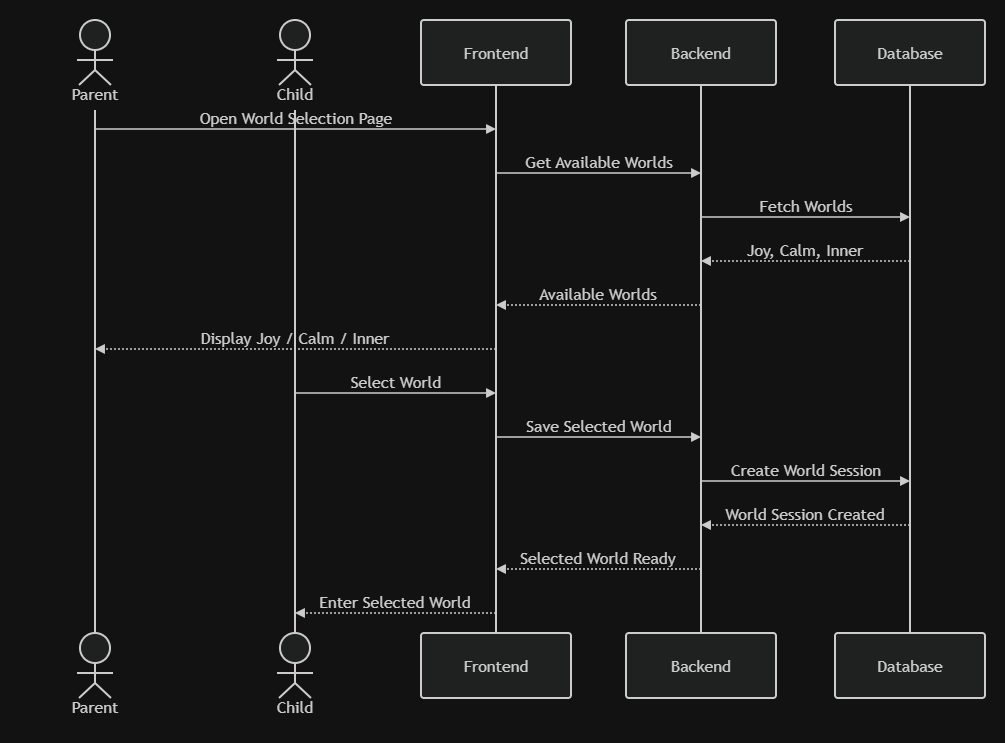
Above: docs/requirements/SequenceDiagram/SequenceDiagram_SelectWorld_MVP_v1.0.png in khodadadipoone-boop/-Maniarverse- (draw.io), before the change. Source tidied: cells renumbered, new cells last; positions are measured from the earlier drawing's top-left corner, leaving out a move shared by most shapes.
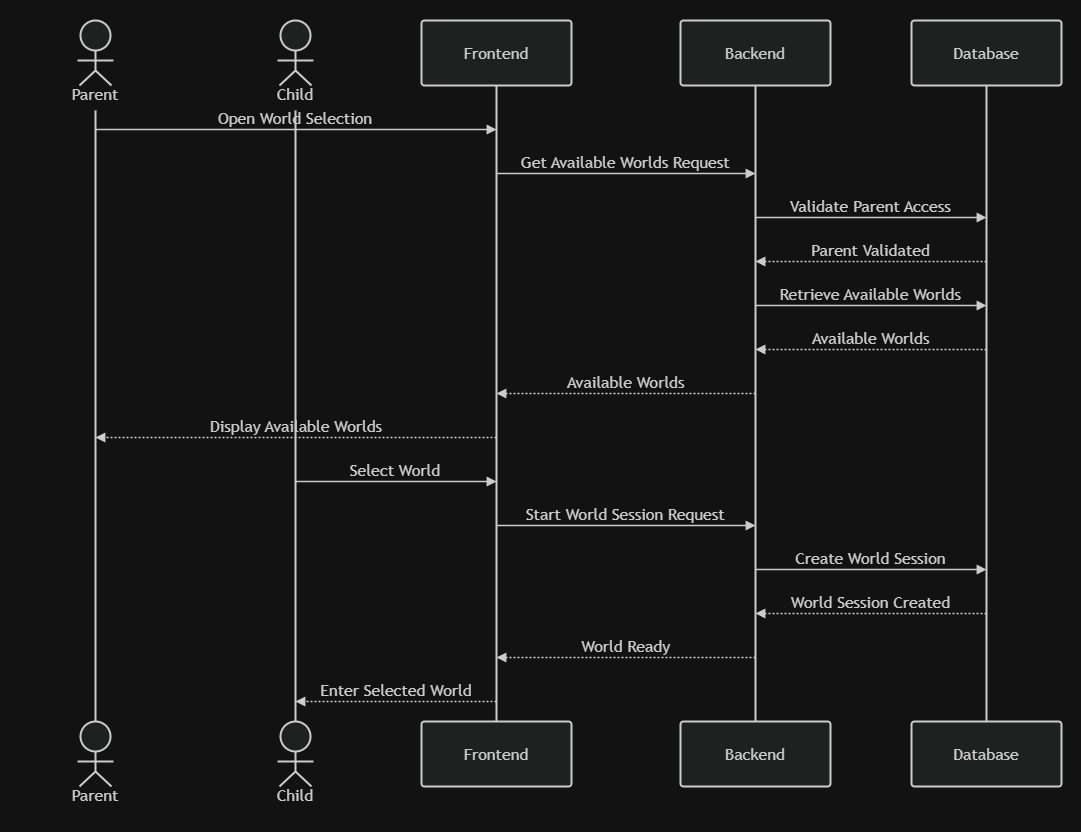
Later version of the same file.

Commit message:
add parent access validation to select world sequence diagram

The edit, as a diff of the source:
```diff
@@ -6,140 +6,158 @@
       <mxGeometry as="geometry" />
     </mxCell>
     <mxCell id="3" value="Parent" style="html=1;shape=umlLifeline;perimeter=lifelinePerimeter;whiteSpace=wrap;newEdgeStyle={&quot;edgeStyle&quot;:&quot;elbowEdgeStyle&quot;,&quot;elbow&quot;:&quot;vertical&quot;,&quot;curved&quot;:0,&quot;rounded&quot;:0};lifelineDashed=0;strokeWidth=2;rounded=1;absoluteArcSize=1;arcSize=6;lifelineColor=light-dark(#9370DB,#cccccc);participant=seqActorStick;verticalAlign=bottom;align=center;spacingBottom=4;size=90;fillColor=light-dark(#ECECFF,#1f2020);strokeColor=light-dark(#9370DB,#cccccc);fontColor=light-dark(#333333,#cccccc);fontFamily=Trebuchet MS,Verdana,Arial,sans-serif;fontSize=16;" parent="2" vertex="1">
-      <mxGeometry x="40" y="180" width="150" height="613" as="geometry" />
+      <mxGeometry x="40" y="150" width="150" height="701" as="geometry" />
     </mxCell>
     <mxCell id="4" value="Parent" style="html=1;shape=umlLifeline;perimeter=lifelinePerimeter;whiteSpace=wrap;lifelineDashed=0;strokeWidth=2;rounded=1;absoluteArcSize=1;arcSize=6;lifelineColor=light-dark(#9370DB,#cccccc);size=90;participant=seqActorStick;verticalAlign=bottom;align=center;spacingBottom=4;fillColor=light-dark(#ECECFF,#1f2020);strokeColor=light-dark(#9370DB,#cccccc);fontColor=light-dark(#333333,#cccccc);fontFamily=Trebuchet MS,Verdana,Arial,sans-serif;fontSize=16;" parent="2" vertex="1">
-      <mxGeometry x="40" y="793" width="150" height="90" as="geometry" />
+      <mxGeometry x="40" y="851" width="150" height="90" as="geometry" />
     </mxCell>
     <mxCell id="5" value="Child" style="html=1;shape=umlLifeline;perimeter=lifelinePerimeter;whiteSpace=wrap;newEdgeStyle={&quot;edgeStyle&quot;:&quot;elbowEdgeStyle&quot;,&quot;elbow&quot;:&quot;vertical&quot;,&quot;curved&quot;:0,&quot;rounded&quot;:0};lifelineDashed=0;strokeWidth=2;rounded=1;absoluteArcSize=1;arcSize=6;lifelineColor=light-dark(#9370DB,#cccccc);participant=seqActorStick;verticalAlign=bottom;align=center;spacingBottom=4;size=90;fillColor=light-dark(#ECECFF,#1f2020);strokeColor=light-dark(#9370DB,#cccccc);fontColor=light-dark(#333333,#cccccc);fontFamily=Trebuchet MS,Verdana,Arial,sans-serif;fontSize=16;" parent="2" vertex="1">
-      <mxGeometry x="240" y="180" width="150" height="613" as="geometry" />
+      <mxGeometry x="240" y="150" width="150" height="701" as="geometry" />
     </mxCell>
     <mxCell id="6" value="Child" style="html=1;shape=umlLifeline;perimeter=lifelinePerimeter;whiteSpace=wrap;lifelineDashed=0;strokeWidth=2;rounded=1;absoluteArcSize=1;arcSize=6;lifelineColor=light-dark(#9370DB,#cccccc);size=90;participant=seqActorStick;verticalAlign=bottom;align=center;spacingBottom=4;fillColor=light-dark(#ECECFF,#1f2020);strokeColor=light-dark(#9370DB,#cccccc);fontColor=light-dark(#333333,#cccccc);fontFamily=Trebuchet MS,Verdana,Arial,sans-serif;fontSize=16;" parent="2" vertex="1">
-      <mxGeometry x="240" y="793" width="150" height="90" as="geometry" />
+      <mxGeometry x="240" y="851" width="150" height="90" as="geometry" />
     </mxCell>
     <mxCell id="7" value="Frontend" style="html=1;shape=umlLifeline;perimeter=lifelinePerimeter;whiteSpace=wrap;newEdgeStyle={&quot;edgeStyle&quot;:&quot;elbowEdgeStyle&quot;,&quot;elbow&quot;:&quot;vertical&quot;,&quot;curved&quot;:0,&quot;rounded&quot;:0};lifelineDashed=0;strokeWidth=2;rounded=1;absoluteArcSize=1;arcSize=6;lifelineColor=light-dark(#9370DB,#cccccc);size=65;fillColor=light-dark(#ECECFF,#1f2020);strokeColor=light-dark(#9370DB,#cccccc);fontColor=light-dark(#333333,#cccccc);fontFamily=Trebuchet MS,Verdana,Arial,sans-serif;fontSize=16;" parent="2" vertex="1">
-      <mxGeometry x="441" y="180" width="150" height="613" as="geometry" />
+      <mxGeometry x="441" y="150" width="150" height="701" as="geometry" />
     </mxCell>
     <mxCell id="8" value="Frontend" style="html=1;rounded=1;absoluteArcSize=1;arcSize=6;verticalAlign=middle;align=center;strokeWidth=2;whiteSpace=wrap;fillColor=light-dark(#ECECFF,#1f2020);strokeColor=light-dark(#9370DB,#cccccc);fontColor=light-dark(#333333,#cccccc);fontFamily=Trebuchet MS,Verdana,Arial,sans-serif;fontSize=16;" parent="2" vertex="1">
-      <mxGeometry x="441" y="793" width="150" height="65" as="geometry" />
+      <mxGeometry x="441" y="851" width="150" height="65" as="geometry" />
     </mxCell>
     <mxCell id="9" value="Backend" style="html=1;shape=umlLifeline;perimeter=lifelinePerimeter;whiteSpace=wrap;newEdgeStyle={&quot;edgeStyle&quot;:&quot;elbowEdgeStyle&quot;,&quot;elbow&quot;:&quot;vertical&quot;,&quot;curved&quot;:0,&quot;rounded&quot;:0};lifelineDashed=0;strokeWidth=2;rounded=1;absoluteArcSize=1;arcSize=6;lifelineColor=light-dark(#9370DB,#cccccc);size=65;fillColor=light-dark(#ECECFF,#1f2020);strokeColor=light-dark(#9370DB,#cccccc);fontColor=light-dark(#333333,#cccccc);fontFamily=Trebuchet MS,Verdana,Arial,sans-serif;fontSize=16;" parent="2" vertex="1">
-      <mxGeometry x="646" y="180" width="150" height="613" as="geometry" />
+      <mxGeometry x="700" y="150" width="150" height="701" as="geometry" />
     </mxCell>
     <mxCell id="10" value="Backend" style="html=1;rounded=1;absoluteArcSize=1;arcSize=6;verticalAlign=middle;align=center;strokeWidth=2;whiteSpace=wrap;fillColor=light-dark(#ECECFF,#1f2020);strokeColor=light-dark(#9370DB,#cccccc);fontColor=light-dark(#333333,#cccccc);fontFamily=Trebuchet MS,Verdana,Arial,sans-serif;fontSize=16;" parent="2" vertex="1">
-      <mxGeometry x="646" y="793" width="150" height="65" as="geometry" />
+      <mxGeometry x="700" y="851" width="150" height="65" as="geometry" />
     </mxCell>
     <mxCell id="11" value="Database" style="html=1;shape=umlLifeline;perimeter=lifelinePerimeter;whiteSpace=wrap;newEdgeStyle={&quot;edgeStyle&quot;:&quot;elbowEdgeStyle&quot;,&quot;elbow&quot;:&quot;vertical&quot;,&quot;curved&quot;:0,&quot;rounded&quot;:0};lifelineDashed=0;strokeWidth=2;rounded=1;absoluteArcSize=1;arcSize=6;lifelineColor=light-dark(#9370DB,#cccccc);size=65;fillColor=light-dark(#ECECFF,#1f2020);strokeColor=light-dark(#9370DB,#cccccc);fontColor=light-dark(#333333,#cccccc);fontFamily=Trebuchet MS,Verdana,Arial,sans-serif;fontSize=16;" parent="2" vertex="1">
-      <mxGeometry x="855" y="180" width="150" height="613" as="geometry" />
+      <mxGeometry x="931" y="150" width="150" height="701" as="geometry" />
     </mxCell>
     <mxCell id="12" value="Database" style="html=1;rounded=1;absoluteArcSize=1;arcSize=6;verticalAlign=middle;align=center;strokeWidth=2;whiteSpace=wrap;fillColor=light-dark(#ECECFF,#1f2020);strokeColor=light-dark(#9370DB,#cccccc);fontColor=light-dark(#333333,#cccccc);fontFamily=Trebuchet MS,Verdana,Arial,sans-serif;fontSize=16;" parent="2" vertex="1">
-      <mxGeometry x="855" y="793" width="150" height="65" as="geometry" />
+      <mxGeometry x="931" y="851" width="150" height="65" as="geometry" />
     </mxCell>
-    <mxCell id="13" value="Open World Selection Page" style="endArrow=block;verticalAlign=bottom;edgeStyle=elbowEdgeStyle;elbow=vertical;curved=0;rounded=0;fontSize=16;labelBackgroundColor=none;strokeWidth=1.5;strokeColor=light-dark(#333333,#cccccc);fontColor=light-dark(#333333,#cccccc);fontFamily=Trebuchet MS,Verdana,Arial,sans-serif;" parent="2" edge="1">
-      <mxGeometry relative="1" as="geometry">
-        <mxPoint x="115" y="289" as="sourcePoint" />
-        <mxPoint x="516" y="289" as="targetPoint" />
-        <Array as="points">
-          <mxPoint x="316" y="289" />
-        </Array>
-      </mxGeometry>
-    </mxCell>
-    <mxCell id="14" value="Get Available Worlds" style="endArrow=block;verticalAlign=bottom;edgeStyle=elbowEdgeStyle;elbow=vertical;curved=0;rounded=0;fontSize=16;labelBackgroundColor=none;strokeWidth=1.5;strokeColor=light-dark(#333333,#cccccc);fontColor=light-dark(#333333,#cccccc);fontFamily=Trebuchet MS,Verdana,Arial,sans-serif;" parent="2" edge="1">
-      <mxGeometry relative="1" as="geometry">
-        <mxPoint x="516" y="333" as="sourcePoint" />
-        <mxPoint x="721" y="333" as="targetPoint" />
-        <Array as="points">
-          <mxPoint x="619" y="333" />
-        </Array>
-      </mxGeometry>
-    </mxCell>
-    <mxCell id="15" value="Fetch Worlds" style="endArrow=block;verticalAlign=bottom;edgeStyle=elbowEdgeStyle;elbow=vertical;curved=0;rounded=0;fontSize=16;labelBackgroundColor=none;strokeWidth=1.5;strokeColor=light-dark(#333333,#cccccc);fontColor=light-dark(#333333,#cccccc);fontFamily=Trebuchet MS,Verdana,Arial,sans-serif;" parent="2" edge="1">
-      <mxGeometry relative="1" as="geometry">
-        <mxPoint x="721" y="377" as="sourcePoint" />
-        <mxPoint x="930" y="377" as="targetPoint" />
-        <Array as="points">
-          <mxPoint x="826" y="377" />
-        </Array>
-      </mxGeometry>
-    </mxCell>
-    <mxCell id="16" value="Joy, Calm, Inner" style="dashed=1;fixDash=1;dashPattern=2 2;endArrow=block;verticalAlign=bottom;edgeStyle=elbowEdgeStyle;elbow=vertical;curved=0;rounded=0;fontSize=16;labelBackgroundColor=none;strokeWidth=1.5;strokeColor=light-dark(#333333,#cccccc);fontColor=light-dark(#333333,#cccccc);fontFamily=Trebuchet MS,Verdana,Arial,sans-serif;" parent="2" edge="1">
-      <mxGeometry relative="1" as="geometry">
-        <mxPoint x="930" y="421" as="sourcePoint" />
-        <mxPoint x="721" y="421" as="targetPoint" />
-        <Array as="points">
-          <mxPoint x="826" y="421" />
-        </Array>
-      </mxGeometry>
-    </mxCell>
-    <mxCell id="17" value="Available Worlds" style="dashed=1;fixDash=1;dashPattern=2 2;endArrow=block;verticalAlign=bottom;edgeStyle=elbowEdgeStyle;elbow=vertical;curved=0;rounded=0;fontSize=16;labelBackgroundColor=none;strokeWidth=1.5;strokeColor=light-dark(#333333,#cccccc);fontColor=light-dark(#333333,#cccccc);fontFamily=Trebuchet MS,Verdana,Arial,sans-serif;" parent="2" edge="1">
-      <mxGeometry relative="1" as="geometry">
-        <mxPoint x="721" y="465" as="sourcePoint" />
-        <mxPoint x="516" y="465" as="targetPoint" />
-        <Array as="points">
-          <mxPoint x="619" y="465" />
-        </Array>
-      </mxGeometry>
-    </mxCell>
-    <mxCell id="18" value="Display Joy / Calm / Inner" style="dashed=1;fixDash=1;dashPattern=2 2;endArrow=block;verticalAlign=bottom;edgeStyle=elbowEdgeStyle;elbow=vertical;curved=0;rounded=0;fontSize=16;labelBackgroundColor=none;strokeWidth=1.5;strokeColor=light-dark(#333333,#cccccc);fontColor=light-dark(#333333,#cccccc);fontFamily=Trebuchet MS,Verdana,Arial,sans-serif;" parent="2" edge="1">
-      <mxGeometry relative="1" as="geometry">
-        <mxPoint x="516" y="509" as="sourcePoint" />
-        <mxPoint x="115" y="509" as="targetPoint" />
-        <Array as="points">
-          <mxPoint x="316" y="509" />
-        </Array>
-      </mxGeometry>
-    </mxCell>
+    <mxCell id="25" value="Open World Selection" style="endArrow=block;verticalAlign=bottom;edgeStyle=elbowEdgeStyle;elbow=vertical;curved=0;rounded=0;fontSize=16;labelBackgroundColor=none;strokeWidth=1.5;strokeColor=light-dark(#333333,#cccccc);fontColor=light-dark(#333333,#cccccc);fontFamily=Trebuchet MS,Verdana,Arial,sans-serif;" parent="2" edge="1">
+      <mxGeometry relative="1" as="geometry">
+        <mxPoint x="115" y="259" as="sourcePoint" />
+        <mxPoint x="516" y="259" as="targetPoint" />
+        <Array as="points">
+          <mxPoint x="316" y="259" />
+        </Array>
+      </mxGeometry>
+    </mxCell>
+    <mxCell id="26" value="Get Available Worlds Request" style="endArrow=block;verticalAlign=bottom;edgeStyle=elbowEdgeStyle;elbow=vertical;curved=0;rounded=0;fontSize=16;labelBackgroundColor=none;strokeWidth=1.5;strokeColor=light-dark(#333333,#cccccc);fontColor=light-dark(#333333,#cccccc);fontFamily=Trebuchet MS,Verdana,Arial,sans-serif;" parent="2" edge="1">
+      <mxGeometry relative="1" as="geometry">
+        <mxPoint x="516" y="303" as="sourcePoint" />
+        <mxPoint x="775" y="303" as="targetPoint" />
+        <Array as="points">
+          <mxPoint x="646" y="303" />
+        </Array>
+      </mxGeometry>
+    </mxCell>
+    <mxCell id="27" value="Validate Parent Access" style="endArrow=block;verticalAlign=bottom;edgeStyle=elbowEdgeStyle;elbow=vertical;curved=0;rounded=0;fontSize=16;labelBackgroundColor=none;strokeWidth=1.5;strokeColor=light-dark(#333333,#cccccc);fontColor=light-dark(#333333,#cccccc);fontFamily=Trebuchet MS,Verdana,Arial,sans-serif;" parent="2" edge="1">
+      <mxGeometry relative="1" as="geometry">
+        <mxPoint x="775" y="347" as="sourcePoint" />
+        <mxPoint x="1006" y="347" as="targetPoint" />
+        <Array as="points">
+          <mxPoint x="891" y="347" />
+        </Array>
+      </mxGeometry>
+    </mxCell>
+    <mxCell id="28" value="Parent Validated" style="dashed=1;fixDash=1;dashPattern=2 2;endArrow=block;verticalAlign=bottom;edgeStyle=elbowEdgeStyle;elbow=vertical;curved=0;rounded=0;fontSize=16;labelBackgroundColor=none;strokeWidth=1.5;strokeColor=light-dark(#333333,#cccccc);fontColor=light-dark(#333333,#cccccc);fontFamily=Trebuchet MS,Verdana,Arial,sans-serif;" parent="2" edge="1">
+      <mxGeometry relative="1" as="geometry">
+        <mxPoint x="1006" y="391" as="sourcePoint" />
+        <mxPoint x="775" y="391" as="targetPoint" />
+        <Array as="points">
+          <mxPoint x="891" y="391" />
+        </Array>
+      </mxGeometry>
+    </mxCell>
+    <mxCell id="29" value="Retrieve Available Worlds" style="endArrow=block;verticalAlign=bottom;edgeStyle=elbowEdgeStyle;elbow=vertical;curved=0;rounded=0;fontSize=16;labelBackgroundColor=none;strokeWidth=1.5;strokeColor=light-dark(#333333,#cccccc);fontColor=light-dark(#333333,#cccccc);fontFamily=Trebuchet MS,Verdana,Arial,sans-serif;" parent="2" edge="1">
+      <mxGeometry relative="1" as="geometry">
+        <mxPoint x="775" y="435" as="sourcePoint" />
+        <mxPoint x="1006" y="435" as="targetPoint" />
+        <Array as="points">
+          <mxPoint x="891" y="435" />
+        </Array>
+      </mxGeometry>
+    </mxCell>
+    <mxCell id="30" value="Available Worlds" style="dashed=1;fixDash=1;dashPattern=2 2;endArrow=block;verticalAlign=bottom;edgeStyle=elbowEdgeStyle;elbow=vertical;curved=0;rounded=0;fontSize=16;labelBackgroundColor=none;strokeWidth=1.5;strokeColor=light-dark(#333333,#cccccc);fontColor=light-dark(#333333,#cccccc);fontFamily=Trebuchet MS,Verdana,Arial,sans-serif;" parent="2" edge="1">
+      <mxGeometry relative="1" as="geometry">
+        <mxPoint x="1006" y="479" as="sourcePoint" />
+        <mxPoint x="775" y="479" as="targetPoint" />
+        <Array as="points">
+          <mxPoint x="891" y="479" />
+        </Array>
+      </mxGeometry>
+    </mxCell>
+    <mxCell id="31" value="Available Worlds" style="dashed=1;fixDash=1;dashPattern=2 2;endArrow=block;verticalAlign=bottom;edgeStyle=elbowEdgeStyle;elbow=vertical;curved=0;rounded=0;fontSize=16;labelBackgroundColor=none;strokeWidth=1.5;strokeColor=light-dark(#333333,#cccccc);fontColor=light-dark(#333333,#cccccc);fontFamily=Trebuchet MS,Verdana,Arial,sans-serif;" parent="2" edge="1">
+      <mxGeometry relative="1" as="geometry">
+        <mxPoint x="775" y="523" as="sourcePoint" />
+        <mxPoint x="516" y="523" as="targetPoint" />
+        <Array as="points">
+          <mxPoint x="646" y="523" />
+        </Array>
+      </mxGeometry>
+    </mxCell>
+    <mxCell id="32" value="Display Available Worlds" style="dashed=1;fixDash=1;dashPattern=2 2;endArrow=block;verticalAlign=bottom;edgeStyle=elbowEdgeStyle;elbow=vertical;curved=0;rounded=0;fontSize=16;labelBackgroundColor=none;strokeWidth=1.5;strokeColor=light-dark(#333333,#cccccc);fontColor=light-dark(#333333,#cccccc);fontFamily=Trebuchet MS,Verdana,Arial,sans-serif;" parent="2" edge="1">
+      <mxGeometry relative="1" as="geometry">
+        <mxPoint x="516" y="567" as="sourcePoint" />
+        <mxPoint x="115" y="567" as="targetPoint" />
+        <Array as="points">
+          <mxPoint x="316" y="567" />
+        </Array>
+      </mxGeometry>
+    </mxCell>
     <mxCell id="19" value="Select World" style="endArrow=block;verticalAlign=bottom;edgeStyle=elbowEdgeStyle;elbow=vertical;curved=0;rounded=0;fontSize=16;labelBackgroundColor=none;strokeWidth=1.5;strokeColor=light-dark(#333333,#cccccc);fontColor=light-dark(#333333,#cccccc);fontFamily=Trebuchet MS,Verdana,Arial,sans-serif;" parent="2" edge="1">
       <mxGeometry relative="1" as="geometry">
-        <mxPoint x="315" y="553" as="sourcePoint" />
-        <mxPoint x="516" y="553" as="targetPoint" />
+        <mxPoint x="315" y="611" as="sourcePoint" />
+        <mxPoint x="516" y="611" as="targetPoint" />
         <Array as="points">
-          <mxPoint x="416" y="553" />
+          <mxPoint x="416" y="611" />
         </Array>
       </mxGeometry>
     </mxCell>
-    <mxCell id="20" value="Save Selected World" style="endArrow=block;verticalAlign=bottom;edgeStyle=elbowEdgeStyle;elbow=vertical;curved=0;rounded=0;fontSize=16;labelBackgroundColor=none;strokeWidth=1.5;strokeColor=light-dark(#333333,#cccccc);fontColor=light-dark(#333333,#cccccc);fontFamily=Trebuchet MS,Verdana,Arial,sans-serif;" parent="2" edge="1">
-      <mxGeometry relative="1" as="geometry">
-        <mxPoint x="516" y="597" as="sourcePoint" />
-        <mxPoint x="721" y="597" as="targetPoint" />
-        <Array as="points">
-          <mxPoint x="619" y="597" />
-        </Array>
-      </mxGeometry>
-    </mxCell>
+    <mxCell id="33" value="Start World Session Request" style="endArrow=block;verticalAlign=bottom;edgeStyle=elbowEdgeStyle;elbow=vertical;curved=0;rounded=0;fontSize=16;labelBackgroundColor=none;strokeWidth=1.5;strokeColor=light-dark(#333333,#cccccc);fontColor=light-dark(#333333,#cccccc);fontFamily=Trebuchet MS,Verdana,Arial,sans-serif;" parent="2" edge="1">
+      <mxGeometry relative="1" as="geometry">
+        <mxPoint x="516" y="655" as="sourcePoint" />
+        <mxPoint x="775" y="655" as="targetPoint" />
+        <Array as="points">
+          <mxPoint x="646" y="655" />
+        </Array>
+      </mxGeometry>
+    </mxCell>
     <mxCell id="21" value="Create World Session" style="endArrow=block;verticalAlign=bottom;edgeStyle=elbowEdgeStyle;elbow=vertical;curved=0;rounded=0;fontSize=16;labelBackgroundColor=none;strokeWidth=1.5;strokeColor=light-dark(#333333,#cccccc);fontColor=light-dark(#333333,#cccccc);fontFamily=Trebuchet MS,Verdana,Arial,sans-serif;" parent="2" edge="1">
       <mxGeometry relative="1" as="geometry">
-        <mxPoint x="721" y="641" as="sourcePoint" />
-        <mxPoint x="930" y="641" as="targetPoint" />
+        <mxPoint x="775" y="699" as="sourcePoint" />
+        <mxPoint x="1006" y="699" as="targetPoint" />
         <Array as="points">
-          <mxPoint x="826" y="641" />
+          <mxPoint x="891" y="699" />
         </Array>
       </mxGeometry>
     </mxCell>
     <mxCell id="22" value="World Session Created" style="dashed=1;fixDash=1;dashPattern=2 2;endArrow=block;verticalAlign=bottom;edgeStyle=elbowEdgeStyle;elbow=vertical;curved=0;rounded=0;fontSize=16;labelBackgroundColor=none;strokeWidth=1.5;strokeColor=light-dark(#333333,#cccccc);fontColor=light-dark(#333333,#cccccc);fontFamily=Trebuchet MS,Verdana,Arial,sans-serif;" parent="2" edge="1">
       <mxGeometry relative="1" as="geometry">
-        <mxPoint x="930" y="685" as="sourcePoint" />
-        <mxPoint x="721" y="685" as="targetPoint" />
+        <mxPoint x="1006" y="743" as="sourcePoint" />
+        <mxPoint x="775" y="743" as="targetPoint" />
         <Array as="points">
-          <mxPoint x="826" y="685" />
+          <mxPoint x="891" y="743" />
         </Array>
       </mxGeometry>
     </mxCell>
-    <mxCell id="23" value="Selected World Ready" style="dashed=1;fixDash=1;dashPattern=2 2;endArrow=block;verticalAlign=bottom;edgeStyle=elbowEdgeStyle;elbow=vertical;curved=0;rounded=0;fontSize=16;labelBackgroundColor=none;strokeWidth=1.5;strokeColor=light-dark(#333333,#cccccc);fontColor=light-dark(#333333,#cccccc);fontFamily=Trebuchet MS,Verdana,Arial,sans-serif;" parent="2" edge="1">
-      <mxGeometry relative="1" as="geometry">
-        <mxPoint x="721" y="729" as="sourcePoint" />
-        <mxPoint x="516" y="729" as="targetPoint" />
-        <Array as="points">
-          <mxPoint x="619" y="729" />
-        </Array>
-      </mxGeometry>
-    </mxCell>
+    <mxCell id="34" value="World Ready" style="dashed=1;fixDash=1;dashPattern=2 2;endArrow=block;verticalAlign=bottom;edgeStyle=elbowEdgeStyle;elbow=vertical;curved=0;rounded=0;fontSize=16;labelBackgroundColor=none;strokeWidth=1.5;strokeColor=light-dark(#333333,#cccccc);fontColor=light-dark(#333333,#cccccc);fontFamily=Trebuchet MS,Verdana,Arial,sans-serif;" parent="2" edge="1">
+      <mxGeometry relative="1" as="geometry">
+        <mxPoint x="775" y="787" as="sourcePoint" />
+        <mxPoint x="516" y="787" as="targetPoint" />
+        <Array as="points">
+          <mxPoint x="646" y="787" />
+        </Array>
+      </mxGeometry>
+    </mxCell>
     <mxCell id="24" value="Enter Selected World" style="dashed=1;fixDash=1;dashPattern=2 2;endArrow=block;verticalAlign=bottom;edgeStyle=elbowEdgeStyle;elbow=vertical;curved=0;rounded=0;fontSize=16;labelBackgroundColor=none;strokeWidth=1.5;strokeColor=light-dark(#333333,#cccccc);fontColor=light-dark(#333333,#cccccc);fontFamily=Trebuchet MS,Verdana,Arial,sans-serif;" parent="2" edge="1">
       <mxGeometry relative="1" as="geometry">
-        <mxPoint x="516" y="773" as="sourcePoint" />
-        <mxPoint x="315" y="773" as="targetPoint" />
+        <mxPoint x="516" y="831" as="sourcePoint" />
+        <mxPoint x="315" y="831" as="targetPoint" />
         <Array as="points">
-          <mxPoint x="416" y="773" />
+          <mxPoint x="416" y="831" />
         </Array>
       </mxGeometry>
     </mxCell>
```
